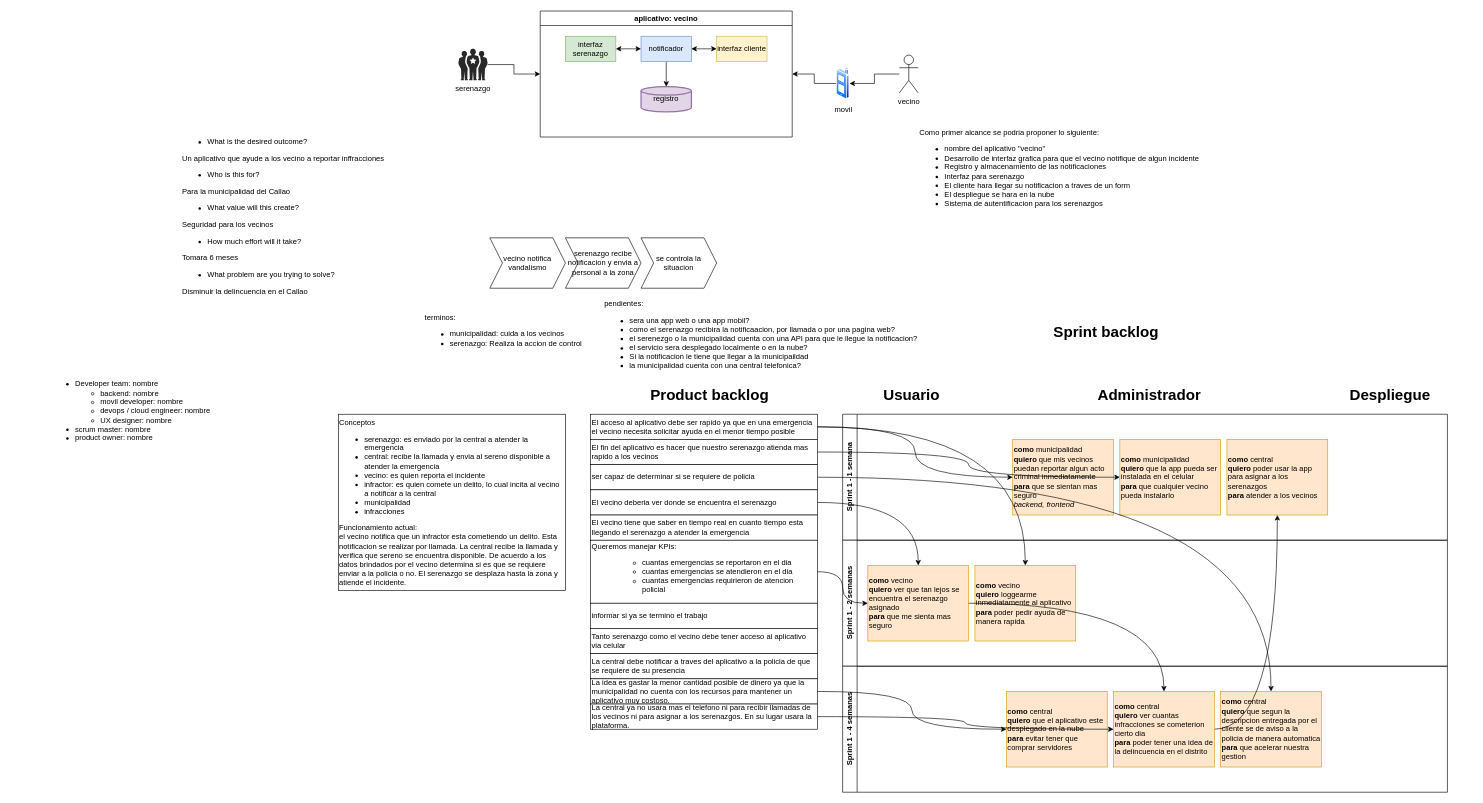
Above: Diagrama sin título.drawio in josueelias9/RetoTecnico (draw.io), before the change. Source tidied: cells renumbered, new cells numbered last; positions are measured from the earlier drawing's top-left corner, leaving out a move shared by most shapes. Both pictures are drawn from the tidied source at 63%, with x=0, y=0 at pixel (49, 11).
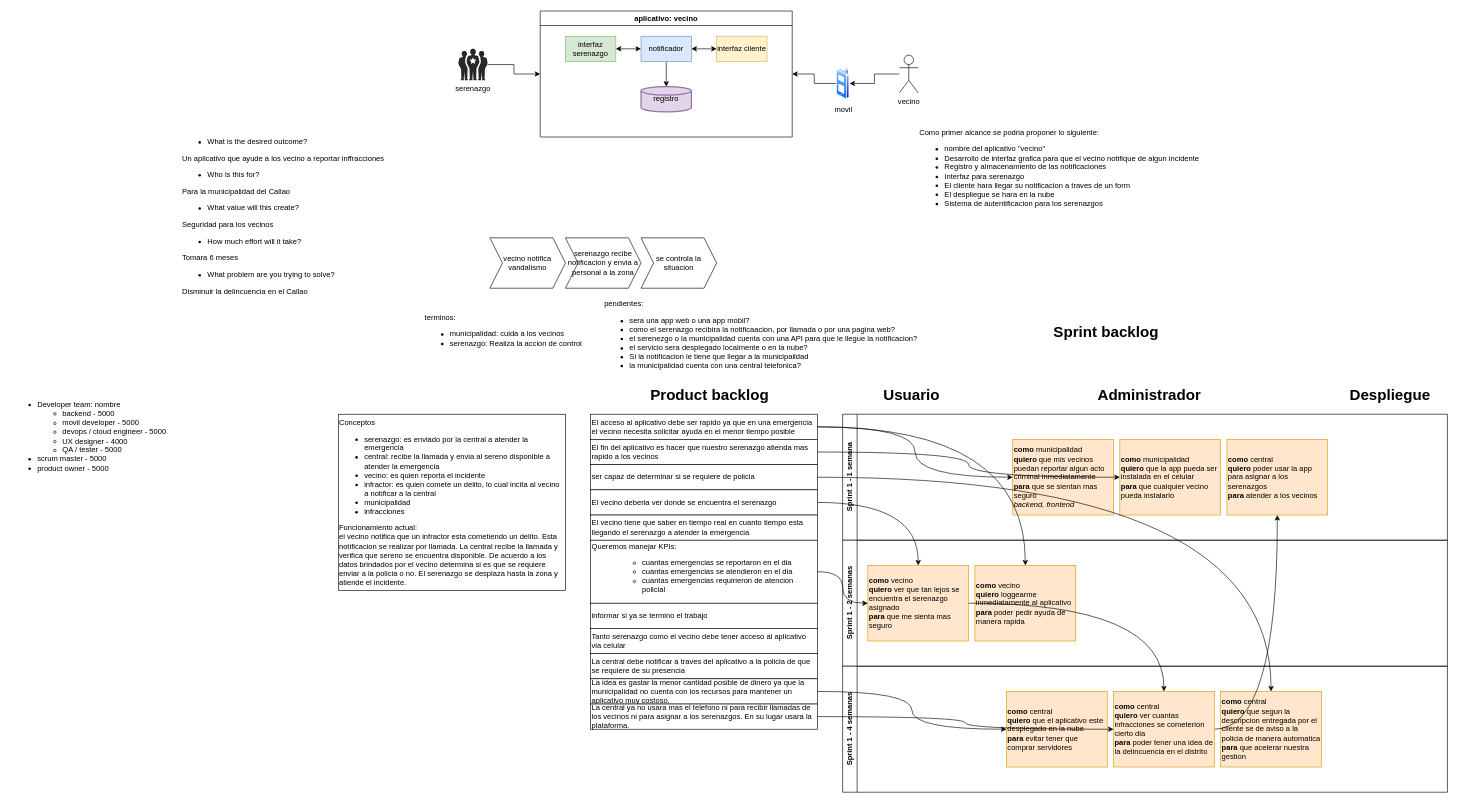
Above is the later version.

Diff of the diagram source:
```diff
@@
-    <mxCell id="61" value="&lt;ul&gt;&lt;li&gt;Developer team: nombre&lt;/li&gt;&lt;ul&gt;&lt;li&gt;backend: nombre&lt;/li&gt;&lt;li&gt;movil developer: nombre&lt;/li&gt;&lt;li&gt;devops / cloud engineer: nombre&lt;/li&gt;&lt;li&gt;UX designer: nombre&lt;/li&gt;&lt;/ul&gt;&lt;li&gt;&lt;span style=&quot;background-color: initial;&quot;&gt;scrum master&lt;/span&gt;: nombre&lt;/li&gt;&lt;li&gt;product owner: nombre&lt;/li&gt;&lt;/ul&gt;&lt;span style=&quot;background-color: initial;&quot;&gt;&lt;/span&gt;" style="text;html=1;strokeColor=none;fillColor=none;align=left;verticalAlign=middle;whiteSpace=wrap;rounded=0;" parent="1" vertex="1">
-      <mxGeometry y="560" width="260" height="150" as="geometry" />
+    <mxCell id="61" value="&lt;ul&gt;&lt;li&gt;Developer team: nombre&lt;/li&gt;&lt;ul&gt;&lt;li&gt;backend - 5000&lt;/li&gt;&lt;li&gt;movil developer - 5000&lt;/li&gt;&lt;li&gt;devops / cloud engineer - 5000&lt;/li&gt;&lt;li&gt;UX designer - 4000&lt;/li&gt;&lt;li&gt;QA / tester - 5000&lt;/li&gt;&lt;/ul&gt;&lt;li&gt;&lt;span style=&quot;background-color: initial;&quot;&gt;scrum master - 5000&lt;/span&gt;&lt;/li&gt;&lt;li&gt;product owner - 5000&lt;/li&gt;&lt;/ul&gt;&lt;span style=&quot;background-color: initial;&quot;&gt;&lt;/span&gt;" style="text;html=1;strokeColor=none;fillColor=none;align=left;verticalAlign=middle;whiteSpace=wrap;rounded=0;" parent="1" vertex="1">
+      <mxGeometry x="-60" y="600" width="260" height="150" as="geometry" />
     </mxCell>
```
